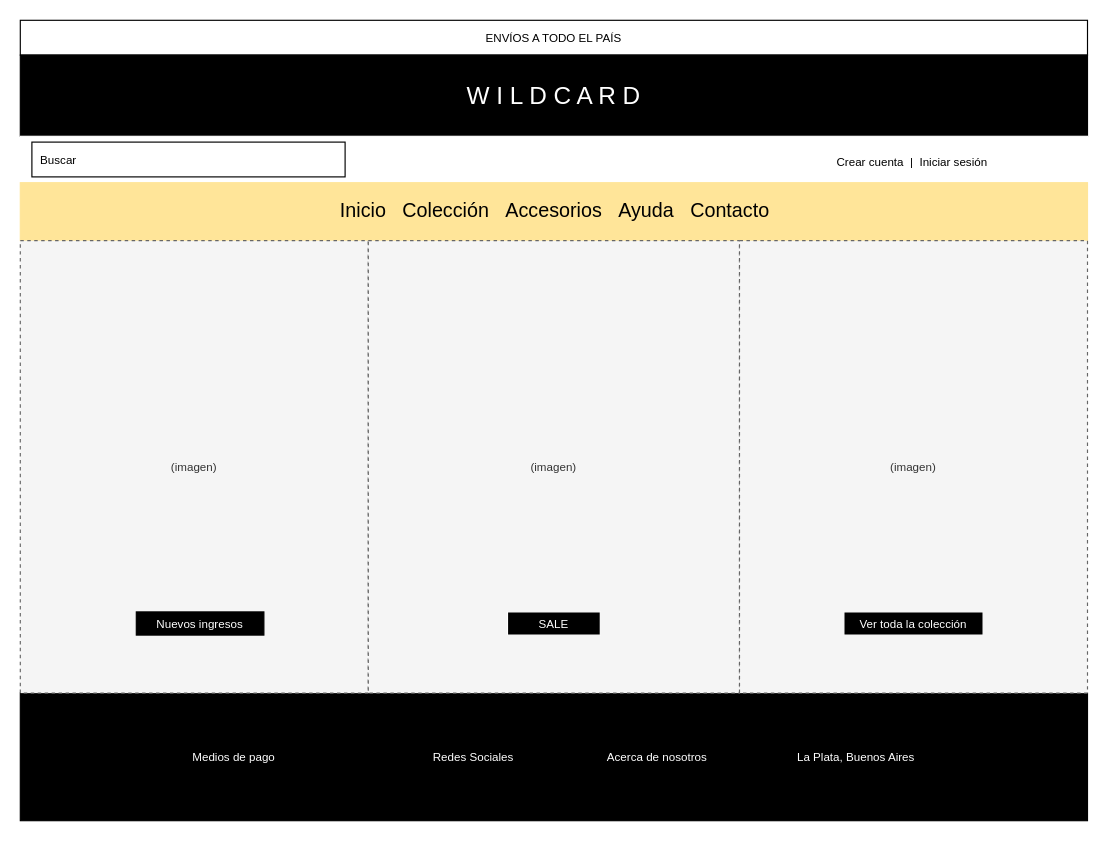
Above: Untitled Diagram.drawio in DonDavide/Wildcard (draw.io), before the change. Source tidied: cells renumbered, new cells numbered last; positions are measured from the earlier drawing's top-left corner, leaving out a move shared by most shapes. Both pictures are drawn from the tidied source at 116%, with x=0, y=0 at pixel (20, 20).
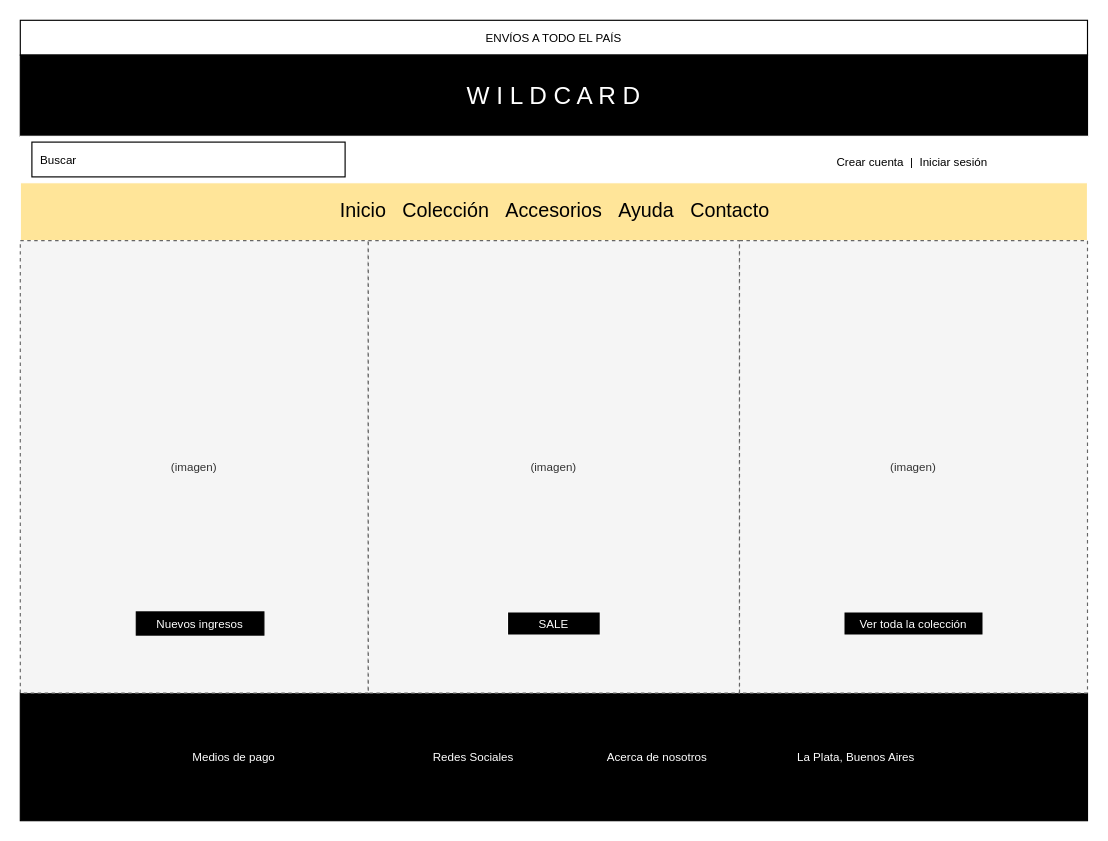
The same diagram, later.

Commit message:
Boceto Home

Diff of the diagram source:
```diff
@@
 <mxGraphModel>
   <root>
     <mxCell id="0" />
     <mxCell id="1" parent="0" />
     <mxCell id="2" value="&lt;font size=&quot;1&quot;&gt;ENVÍOS A TODO EL PAÍS&lt;/font&gt;" style="rounded=0;whiteSpace=wrap;html=1;" parent="1" vertex="1">
       <mxGeometry width="920" height="30" as="geometry" />
     </mxCell>
     <mxCell id="3" value="&lt;font color=&quot;#ffffff&quot;&gt;W I L D C A R D&lt;/font&gt;" style="rounded=0;whiteSpace=wrap;html=1;fillColor=#000000;fontSize=21;" parent="1" vertex="1">
       <mxGeometry y="30" width="920" height="70" as="geometry" />
     </mxCell>
     <mxCell id="4" value="&amp;nbsp; &amp;nbsp; &amp;nbsp; &amp;nbsp; &amp;nbsp; &amp;nbsp; &amp;nbsp; &amp;nbsp; &amp;nbsp; &amp;nbsp; &amp;nbsp; &amp;nbsp; &amp;nbsp; &amp;nbsp; &amp;nbsp; &amp;nbsp; &amp;nbsp; &amp;nbsp; &amp;nbsp; &amp;nbsp; &amp;nbsp; &amp;nbsp; &amp;nbsp; &amp;nbsp; &amp;nbsp; &amp;nbsp; &amp;nbsp; &amp;nbsp; &amp;nbsp; &amp;nbsp; &amp;nbsp; &amp;nbsp; &amp;nbsp; &amp;nbsp; &amp;nbsp; &amp;nbsp; &amp;nbsp; &amp;nbsp; &amp;nbsp; &amp;nbsp; &amp;nbsp; &amp;nbsp; &amp;nbsp; &amp;nbsp; &amp;nbsp; &amp;nbsp; &amp;nbsp; &amp;nbsp; &amp;nbsp; &amp;nbsp; &amp;nbsp; &amp;nbsp; &amp;nbsp; &amp;nbsp; &amp;nbsp; &amp;nbsp; &amp;nbsp; &amp;nbsp; &amp;nbsp; &amp;nbsp; &amp;nbsp; &amp;nbsp; &amp;nbsp; &amp;nbsp; &amp;nbsp; &amp;nbsp; &amp;nbsp;&lt;font size=&quot;1&quot;&gt;Crear cuenta&amp;nbsp; |&amp;nbsp; Iniciar sesión&amp;nbsp; &amp;nbsp; &amp;nbsp;&lt;/font&gt;" style="rounded=0;whiteSpace=wrap;html=1;fillColor=#FFFFFF;fontSize=19;align=left;strokeColor=#FFFFFF;" parent="1" vertex="1">
       <mxGeometry y="100" width="920" height="40" as="geometry" />
     </mxCell>
     <mxCell id="5" value="&amp;nbsp; &lt;span style=&quot;font-weight: normal&quot;&gt;Buscar&lt;/span&gt;" style="rounded=0;whiteSpace=wrap;html=1;fillColor=#FFFFFF;fontSize=10;align=left;fontStyle=1;" parent="1" vertex="1">
       <mxGeometry x="10" y="105" width="270" height="30" as="geometry" />
     </mxCell>
-    <mxCell id="6" value="&lt;font style=&quot;font-size: 17px&quot;&gt;&amp;nbsp; &amp;nbsp; &amp;nbsp; &amp;nbsp; &amp;nbsp; &amp;nbsp; &amp;nbsp; &amp;nbsp; &amp;nbsp; &amp;nbsp; &amp;nbsp; &amp;nbsp; &amp;nbsp; &amp;nbsp; &amp;nbsp; &amp;nbsp; &amp;nbsp; &amp;nbsp; &amp;nbsp; &amp;nbsp; &amp;nbsp; &amp;nbsp; &amp;nbsp; &amp;nbsp; &amp;nbsp; &amp;nbsp; &amp;nbsp; &amp;nbsp; &amp;nbsp; Inicio&amp;nbsp; &amp;nbsp;Colección&amp;nbsp; &amp;nbsp;Accesorios&amp;nbsp; &amp;nbsp;Ayuda&amp;nbsp; &amp;nbsp;Contacto&lt;/font&gt;" style="rounded=0;whiteSpace=wrap;html=1;fillColor=#FFE599;fontSize=10;align=left;strokeColor=#FFE599;" parent="1" vertex="1">
+    <mxCell id="6" value="&lt;font style=&quot;font-size: 17px&quot;&gt;&amp;nbsp; &amp;nbsp; &amp;nbsp; &amp;nbsp; &amp;nbsp; &amp;nbsp; &amp;nbsp; &amp;nbsp; &amp;nbsp; &amp;nbsp; &amp;nbsp; &amp;nbsp; &amp;nbsp; &amp;nbsp; &amp;nbsp; &amp;nbsp; &amp;nbsp; &amp;nbsp; &amp;nbsp; &amp;nbsp; &amp;nbsp; &amp;nbsp; &amp;nbsp; &amp;nbsp; &amp;nbsp; &amp;nbsp; &amp;nbsp; &amp;nbsp; &amp;nbsp; Inicio&amp;nbsp; &amp;nbsp;Colección&amp;nbsp; &amp;nbsp;Accesorios&amp;nbsp; &amp;nbsp;Ayuda&amp;nbsp; &amp;nbsp;Contacto&lt;/font&gt;" style="rounded=0;whiteSpace=wrap;html=1;fillColor=#FFE599;fontSize=10;align=left;strokeColor=#FFFFFF;" parent="1" vertex="1">
       <mxGeometry y="140" width="920" height="50" as="geometry" />
     </mxCell>
     <mxCell id="7" value="&lt;font color=&quot;#ffffff&quot;&gt;Medios de pago&amp;nbsp; &amp;nbsp; &amp;nbsp; &amp;nbsp; &amp;nbsp; &amp;nbsp; &amp;nbsp; &amp;nbsp; &amp;nbsp; &amp;nbsp; &amp;nbsp; &amp;nbsp; &amp;nbsp; &amp;nbsp; &amp;nbsp; &amp;nbsp; &amp;nbsp; &amp;nbsp; &amp;nbsp; &amp;nbsp; &amp;nbsp; &amp;nbsp; &amp;nbsp; &amp;nbsp; &amp;nbsp;Redes Sociales&amp;nbsp; &amp;nbsp; &amp;nbsp; &amp;nbsp; &amp;nbsp; &amp;nbsp; &amp;nbsp; &amp;nbsp; &amp;nbsp; &amp;nbsp; &amp;nbsp; &amp;nbsp; &amp;nbsp; &amp;nbsp; &amp;nbsp;Acerca de nosotros&amp;nbsp; &amp;nbsp; &amp;nbsp; &amp;nbsp; &amp;nbsp; &amp;nbsp; &amp;nbsp; &amp;nbsp; &amp;nbsp; &amp;nbsp; &amp;nbsp; &amp;nbsp; &amp;nbsp; &amp;nbsp; La Plata, Buenos Aires&lt;/font&gt;" style="rounded=0;whiteSpace=wrap;html=1;fillColor=#000000;fontSize=10;fontColor=#000000;align=center;" parent="1" vertex="1">
       <mxGeometry y="580" width="920" height="110" as="geometry" />
     </mxCell>
     <mxCell id="8" value="(imagen)" style="rounded=0;whiteSpace=wrap;html=1;dashed=1;strokeColor=#666666;fillColor=#f5f5f5;fontSize=10;fontColor=#333333;align=center;" parent="1" vertex="1">
       <mxGeometry y="190" width="300" height="390" as="geometry" />
     </mxCell>
     <mxCell id="9" value="(imagen)" style="rounded=0;whiteSpace=wrap;html=1;dashed=1;strokeColor=#666666;fillColor=#f5f5f5;fontSize=10;fontColor=#333333;align=center;" parent="1" vertex="1">
       <mxGeometry x="300" y="190" width="320" height="390" as="geometry" />
     </mxCell>
     <mxCell id="10" value="(imagen)" style="rounded=0;whiteSpace=wrap;html=1;dashed=1;strokeColor=#666666;fillColor=#f5f5f5;fontSize=10;fontColor=#333333;align=center;" parent="1" vertex="1">
       <mxGeometry x="620" y="190" width="300" height="390" as="geometry" />
     </mxCell>
     <mxCell id="11" value="Nuevos ingresos" style="rounded=0;whiteSpace=wrap;html=1;fontSize=10;align=center;fillColor=#000000;fontColor=#FFFFFF;" parent="1" vertex="1">
       <mxGeometry x="100" y="510" width="110" height="20" as="geometry" />
     </mxCell>
     <mxCell id="12" value="SALE" style="rounded=0;whiteSpace=wrap;html=1;strokeColor=#FFFFFF;fillColor=#000000;gradientColor=none;fontSize=10;fontColor=#FFFFFF;align=center;" parent="1" vertex="1">
       <mxGeometry x="420" y="510" width="80" height="20" as="geometry" />
     </mxCell>
     <mxCell id="13" value="Ver toda la colección" style="rounded=0;whiteSpace=wrap;html=1;strokeColor=#FFFFFF;fillColor=#000000;gradientColor=none;fontSize=10;align=center;fontColor=#FFFFFF;" parent="1" vertex="1">
       <mxGeometry x="710" y="510" width="120" height="20" as="geometry" />
     </mxCell>
   </root>
 </mxGraphModel>
```
